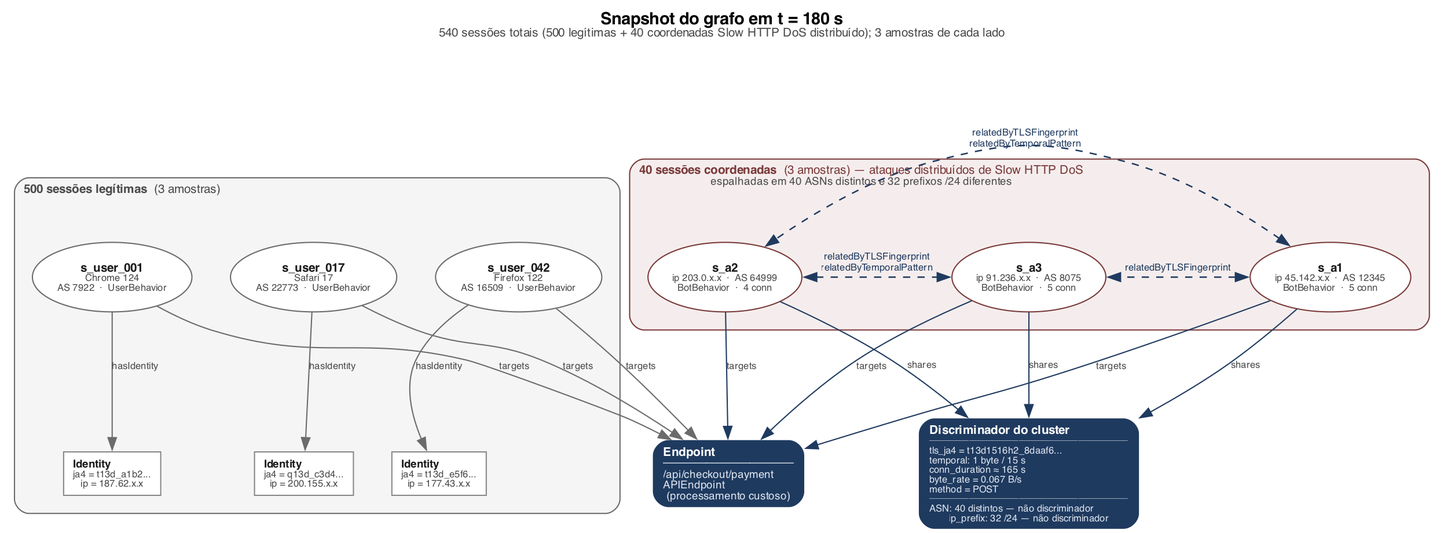
The Graphviz diagram docs/figures/png/02-slow-http-campaign-snapshot.png in Natanael0liveira/knowledge-graph-ddos-article, before a commit. Its source is kept beside it as docs/figures/dot/02-slow-http-campaign-snapshot.dot.
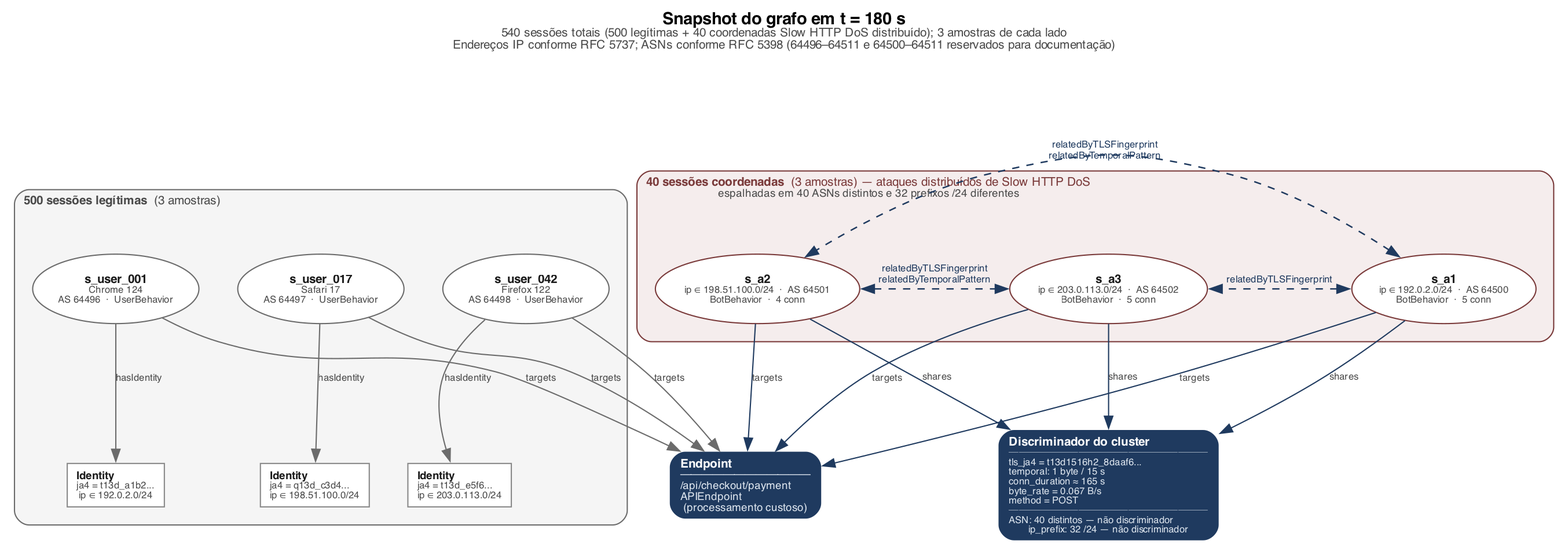
Later version of the same file.

Diff of the diagram source:
```diff
@@ -7,7 +7,7 @@
     ranksep=1.1;
     newrank=true;
     labelloc="t";
-    label=<<B>Snapshot do grafo em t = 180 s</B><BR/><FONT POINT-SIZE="10" COLOR="#4A4A4A">540 sessões totais (500 legítimas + 40 coordenadas Slow HTTP DoS distribuído); 3 amostras de cada lado</FONT>>;
+    label=<<B>Snapshot do grafo em t = 180 s</B><BR/><FONT POINT-SIZE="10" COLOR="#4A4A4A">540 sessões totais (500 legítimas + 40 coordenadas Slow HTTP DoS distribuído); 3 amostras de cada lado<BR/>Endereços IP conforme RFC 5737; ASNs conforme RFC 5398 (64496–64511 e 64500–64511 reservados para documentação)</FONT>>;
 
     node [fontname="Helvetica", fontsize=10, fontcolor="#1A1A1A"];
     edge [fontname="Helvetica", fontsize=9, color="#6B6B6B", fontcolor="#4A4A4A"];
@@ -25,31 +25,31 @@
         margin=15;
 
         s_user_1 [
-            label=<<B>s_user_001</B><BR/><FONT POINT-SIZE="8" COLOR="#4A4A4A">Chrome 124<BR/>AS 7922  ·  UserBehavior</FONT>>,
+            label=<<B>s_user_001</B><BR/><FONT POINT-SIZE="8" COLOR="#4A4A4A">Chrome 124<BR/>AS 64496  ·  UserBehavior</FONT>>,
             shape=ellipse, style=filled, fillcolor="white", color="#6B6B6B",
             width=1.6, height=0.8
         ];
         s_user_2 [
-            label=<<B>s_user_017</B><BR/><FONT POINT-SIZE="8" COLOR="#4A4A4A">Safari 17<BR/>AS 22773  ·  UserBehavior</FONT>>,
+            label=<<B>s_user_017</B><BR/><FONT POINT-SIZE="8" COLOR="#4A4A4A">Safari 17<BR/>AS 64497  ·  UserBehavior</FONT>>,
             shape=ellipse, style=filled, fillcolor="white", color="#6B6B6B",
             width=1.6, height=0.8
         ];
         s_user_3 [
-            label=<<B>s_user_042</B><BR/><FONT POINT-SIZE="8" COLOR="#4A4A4A">Firefox 122<BR/>AS 16509  ·  UserBehavior</FONT>>,
+            label=<<B>s_user_042</B><BR/><FONT POINT-SIZE="8" COLOR="#4A4A4A">Firefox 122<BR/>AS 64498  ·  UserBehavior</FONT>>,
             shape=ellipse, style=filled, fillcolor="white", color="#6B6B6B",
             width=1.6, height=0.8
         ];
 
         id_user_1 [
-            label=<<B>Identity</B><BR ALIGN="LEFT"/><FONT POINT-SIZE="8" COLOR="#4A4A4A">ja4 = t13d_a1b2...<BR ALIGN="LEFT"/>ip = 187.62.x.x</FONT>>,
+            label=<<B>Identity</B><BR ALIGN="LEFT"/><FONT POINT-SIZE="8" COLOR="#4A4A4A">ja4 = t13d_a1b2...<BR ALIGN="LEFT"/>ip ∈ 192.0.2.0/24</FONT>>,
             shape=box, style=filled, fillcolor="white", color="#888888", fontsize=9
         ];
         id_user_2 [
-            label=<<B>Identity</B><BR ALIGN="LEFT"/><FONT POINT-SIZE="8" COLOR="#4A4A4A">ja4 = q13d_c3d4...<BR ALIGN="LEFT"/>ip = 200.155.x.x</FONT>>,
+            label=<<B>Identity</B><BR ALIGN="LEFT"/><FONT POINT-SIZE="8" COLOR="#4A4A4A">ja4 = q13d_c3d4...<BR ALIGN="LEFT"/>ip ∈ 198.51.100.0/24</FONT>>,
             shape=box, style=filled, fillcolor="white", color="#888888", fontsize=9
         ];
         id_user_3 [
-            label=<<B>Identity</B><BR ALIGN="LEFT"/><FONT POINT-SIZE="8" COLOR="#4A4A4A">ja4 = t13d_e5f6...<BR ALIGN="LEFT"/>ip = 177.43.x.x</FONT>>,
+            label=<<B>Identity</B><BR ALIGN="LEFT"/><FONT POINT-SIZE="8" COLOR="#4A4A4A">ja4 = t13d_e5f6...<BR ALIGN="LEFT"/>ip ∈ 203.0.113.0/24</FONT>>,
             shape=box, style=filled, fillcolor="white", color="#888888", fontsize=9
         ];
 
@@ -74,17 +74,17 @@
         margin=15;
 
         s_a1 [
-            label=<<B>s_a1</B><BR/><FONT POINT-SIZE="8" COLOR="#4A4A4A">ip 45.142.x.x  ·  AS 12345<BR/>BotBehavior  ·  5 conn</FONT>>,
+            label=<<B>s_a1</B><BR/><FONT POINT-SIZE="8" COLOR="#4A4A4A">ip ∈ 192.0.2.0/24  ·  AS 64500<BR/>BotBehavior  ·  5 conn</FONT>>,
             shape=ellipse, style=filled, fillcolor="white", color="#7A3A3A",
             width=1.6, height=0.8
         ];
         s_a2 [
-            label=<<B>s_a2</B><BR/><FONT POINT-SIZE="8" COLOR="#4A4A4A">ip 203.0.x.x  ·  AS 64999<BR/>BotBehavior  ·  4 conn</FONT>>,
+            label=<<B>s_a2</B><BR/><FONT POINT-SIZE="8" COLOR="#4A4A4A">ip ∈ 198.51.100.0/24  ·  AS 64501<BR/>BotBehavior  ·  4 conn</FONT>>,
             shape=ellipse, style=filled, fillcolor="white", color="#7A3A3A",
             width=1.6, height=0.8
         ];
         s_a3 [
-            label=<<B>s_a3</B><BR/><FONT POINT-SIZE="8" COLOR="#4A4A4A">ip 91.236.x.x  ·  AS 8075<BR/>BotBehavior  ·  5 conn</FONT>>,
+            label=<<B>s_a3</B><BR/><FONT POINT-SIZE="8" COLOR="#4A4A4A">ip ∈ 203.0.113.0/24  ·  AS 64502<BR/>BotBehavior  ·  5 conn</FONT>>,
             shape=ellipse, style=filled, fillcolor="white", color="#7A3A3A",
             width=1.6, height=0.8
         ];
```
